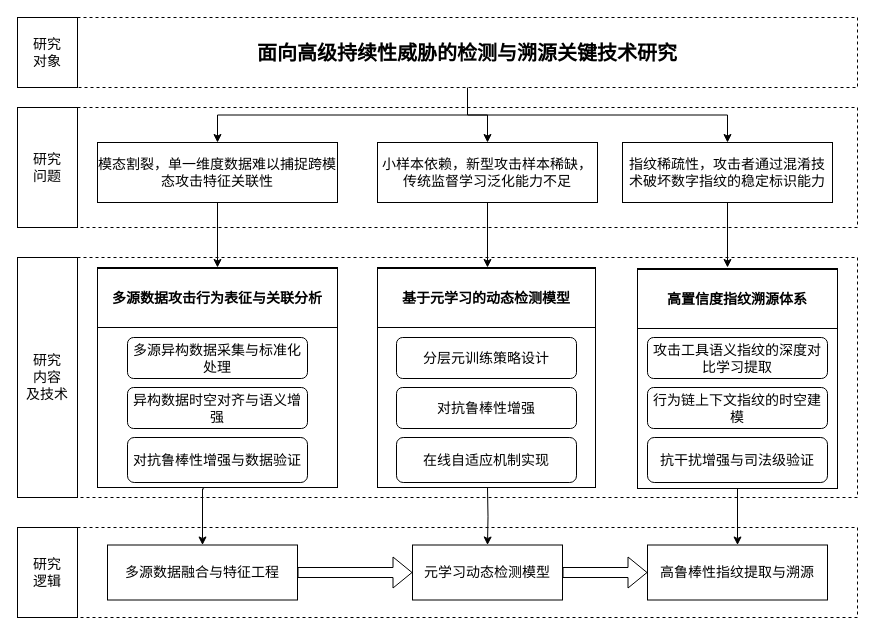
The draw.io diagram apt检测溯源.drawio in shanhuaV/shanhuaV.github.io, before the edit. Source tidied: cells renumbered, new cells numbered last; positions are measured from the earlier drawing's top-left corner, leaving out a move shared by most shapes. Both pictures are drawn from the tidied source at 100%, with x=0, y=0 at pixel (17, 17).
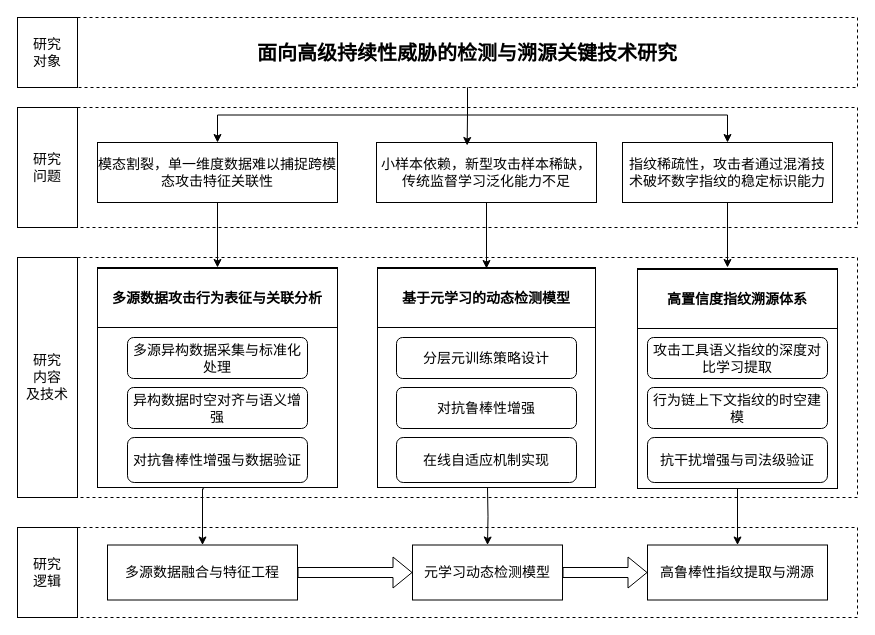
The same page after the edit.

Commit message:
更新apt检测溯源.drawio

Unchanged cells that the change refers to:
```xml
<mxCell id="7" value="面向高级持续性威胁的检测与溯源关键技术研究" style="rounded=0;whiteSpace=wrap;html=1;dashed=1;fontSize=20;fontStyle=1;" parent="1" vertex="1">
  <mxGeometry x="60" width="780" height="70" as="geometry" />
</mxCell>
<mxCell id="32" value="&lt;p class=&quot;MsoNormal&quot;&gt;&lt;b&gt;&lt;span style=&quot;font-family: Calibri;&quot;&gt;&lt;font face=&quot;宋体&quot;&gt;基于元学习的动态检测模型&lt;/font&gt;&lt;/span&gt;&lt;/b&gt;&lt;/p&gt;" style="rounded=0;whiteSpace=wrap;html=1;fontSize=14;" parent="27" vertex="1">
  <mxGeometry y="1" width="218" height="59" as="geometry" />
</mxCell>
```

Diff of the diagram source:
```diff
@@
-    <mxCell id="4" style="edgeStyle=orthogonalEdgeStyle;rounded=0;jettySize=auto;html=1;entryX=0.5;entryY=0;entryDx=0;entryDy=0;fontSize=14;" parent="1" edge="1" source="7" target="20">
-      <mxGeometry relative="1" as="geometry" />
-    </mxCell>
@@
-    <mxCell id="19" style="edgeStyle=orthogonalEdgeStyle;rounded=0;jettySize=auto;html=1;fontSize=14;" parent="1" edge="1" source="20">
-      <mxGeometry relative="1" as="geometry">
-        <mxPoint x="470" y="250" as="targetPoint" />
-      </mxGeometry>
-    </mxCell>
+    <mxCell id="45" style="edgeStyle=orthogonalEdgeStyle;rounded=0;jettySize=auto;html=1;entryX=0.5;entryY=0;entryDx=0;entryDy=0;" parent="1" edge="1" source="20" target="32">
+      <mxGeometry relative="1" as="geometry" />
+    </mxCell>
     <mxCell id="20" value="&lt;p class=&quot;MsoNormal&quot;&gt;&lt;span style=&quot;font-family: &amp;quot;Segoe UI&amp;quot;; letter-spacing: 0pt; background: rgb(255, 255, 255);&quot;&gt;&lt;font face=&quot;Segoe UI&quot;&gt;小样本依赖&lt;/font&gt;&lt;/span&gt;&lt;span style=&quot;font-family: 宋体; letter-spacing: 0pt; background: rgb(255, 255, 255);&quot;&gt;&lt;font face=&quot;宋体&quot;&gt;，&lt;/font&gt;&lt;/span&gt;&lt;span style=&quot;font-family: &amp;quot;Segoe UI&amp;quot;; letter-spacing: 0pt; background: rgb(255, 255, 255);&quot;&gt;&lt;font face=&quot;Segoe UI&quot;&gt;新型攻击样本稀缺，传统监督学习泛化能力不足&lt;/font&gt;&lt;/span&gt;&lt;/p&gt;" style="rounded=0;whiteSpace=wrap;html=1;fontSize=14;" parent="1" vertex="1">
-      <mxGeometry x="360" y="125" width="220" height="60" as="geometry" />
+      <mxGeometry x="359" y="125" width="220" height="60" as="geometry" />
     </mxCell>
@@
+    <mxCell id="4" style="edgeStyle=orthogonalEdgeStyle;rounded=0;jettySize=auto;html=1;entryX=0.412;entryY=0.05;entryDx=0;entryDy=0;entryPerimeter=0;" parent="1" edge="1" source="7" target="20">
+      <mxGeometry relative="1" as="geometry" />
+    </mxCell>
```
